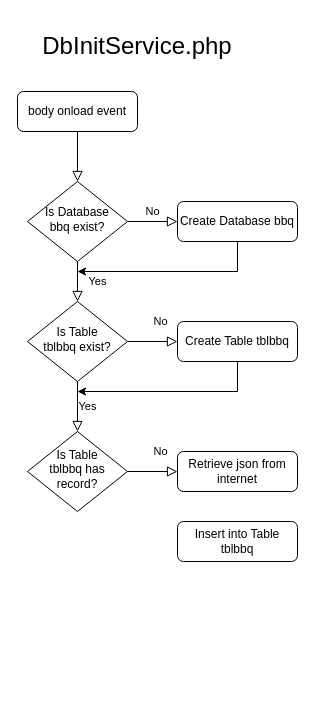
This is Untitled Diagram.drawio from kachun8051/networkdiagram, a draw.io file, before an edit. Source tidied: cells renumbered, new cells numbered last; positions are measured from the earlier drawing's top-left corner, leaving out a move shared by most shapes. Both pictures are drawn from the tidied source at 100%, with x=0, y=0 at pixel (17, 31).
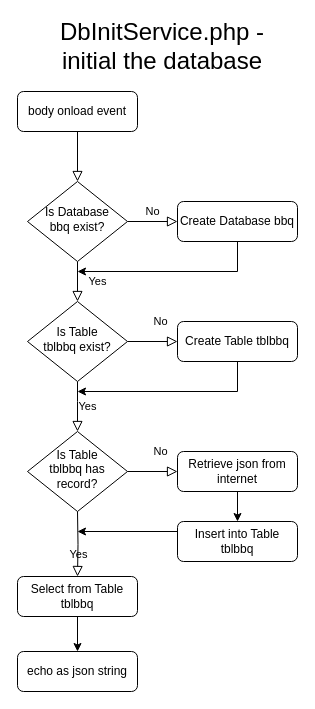
The same page after the edit.

Unchanged cells that the change refers to:
```xml
<mxCell id="18" value="Retrieve json from internet" style="rounded=1;whiteSpace=wrap;html=1;fontSize=12;glass=0;strokeWidth=1;shadow=0;" parent="1" vertex="1">
  <mxGeometry x="160" y="420" width="120" height="40" as="geometry" />
</mxCell>
<mxCell id="20" value="Insert into Table tblbbq" style="rounded=1;whiteSpace=wrap;html=1;fontSize=12;glass=0;strokeWidth=1;shadow=0;" parent="1" vertex="1">
  <mxGeometry x="160" y="490" width="120" height="40" as="geometry" />
</mxCell>
```

The edit, as a diff of the source:
```diff
@@
-    <mxCell id="12" value="&lt;font style=&quot;font-size: 24px&quot;&gt;DbInitService.php&lt;/font&gt;" style="text;html=1;strokeColor=none;fillColor=none;align=center;verticalAlign=middle;whiteSpace=wrap;rounded=0;" parent="1" vertex="1">
-      <mxGeometry x="90" width="60" height="30" as="geometry" />
+    <mxCell id="12" value="&lt;font style=&quot;font-size: 24px&quot;&gt;DbInitService.php - initial the database&lt;/font&gt;" style="text;html=1;strokeColor=none;fillColor=none;align=center;verticalAlign=middle;whiteSpace=wrap;rounded=0;" parent="1" vertex="1">
+      <mxGeometry x="20" width="250" height="30" as="geometry" />
     </mxCell>
@@
+    <mxCell id="21" value="Select from Table tblbbq" style="rounded=1;whiteSpace=wrap;html=1;fontSize=12;glass=0;strokeWidth=1;shadow=0;" parent="1" vertex="1">
+      <mxGeometry y="545" width="120" height="40" as="geometry" />
+    </mxCell>
+    <mxCell id="22" value="Yes" style="edgeStyle=orthogonalEdgeStyle;rounded=0;html=1;jettySize=auto;fontSize=11;endArrow=block;endFill=0;endSize=8;strokeWidth=1;shadow=0;labelBackgroundColor=none;" parent="1" edge="1" target="21">
+      <mxGeometry y="10" relative="1" as="geometry">
+        <mxPoint x="60" y="480" as="sourcePoint" />
+      </mxGeometry>
+    </mxCell>
+    <mxCell id="23" value="echo as json string" style="rounded=1;whiteSpace=wrap;html=1;fontSize=12;glass=0;strokeWidth=1;shadow=0;" parent="1" vertex="1">
+      <mxGeometry y="620" width="120" height="40" as="geometry" />
+    </mxCell>
+    <mxCell id="24" style="endArrow=classic;html=1;rounded=0;fontSize=24;exitX=0.5;exitY=1;exitDx=0;exitDy=0;entryX=0.5;entryY=0;entryDx=0;entryDy=0;" parent="1" edge="1" source="18" target="20">
+      <mxGeometry relative="1" as="geometry" />
+    </mxCell>
+    <mxCell id="25" style="endArrow=classic;html=1;rounded=0;fontSize=24;exitX=0;exitY=0.25;exitDx=0;exitDy=0;" parent="1" edge="1" source="20">
+      <mxGeometry relative="1" as="geometry">
+        <mxPoint x="60" y="500" as="targetPoint" />
+      </mxGeometry>
+    </mxCell>
+    <mxCell id="26" style="endArrow=classic;html=1;rounded=0;fontSize=24;exitX=0.5;exitY=1;exitDx=0;exitDy=0;entryX=0.5;entryY=0;entryDx=0;entryDy=0;" parent="1" edge="1" source="21" target="23">
+      <mxGeometry relative="1" as="geometry" />
+    </mxCell>
```
